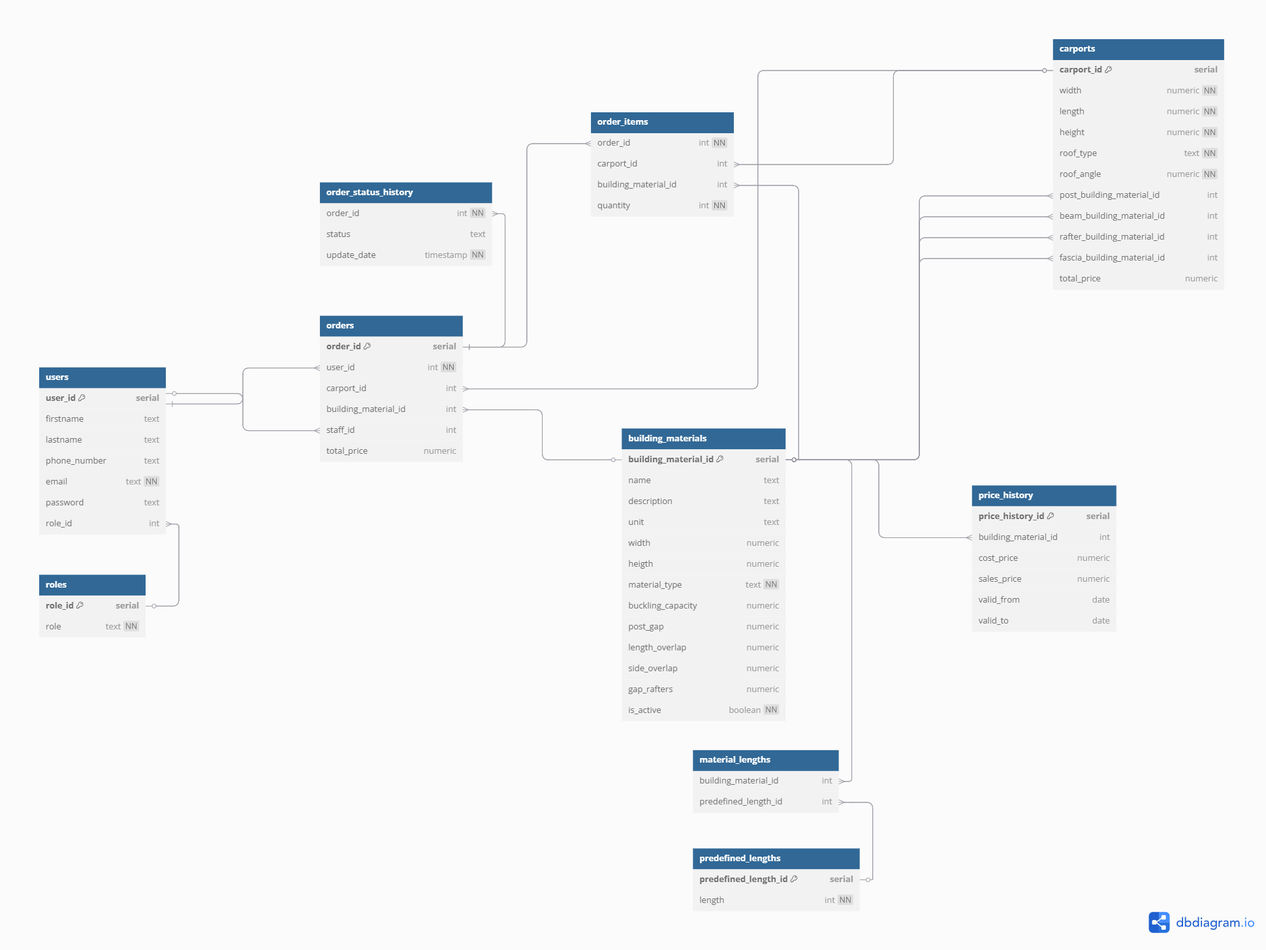
The PlantUML diagram docs/diagrams/ERD Carport.png in Styrse/Carport, before a commit. Its source is kept beside it as docs/diagrams/ERD Carport.puml.
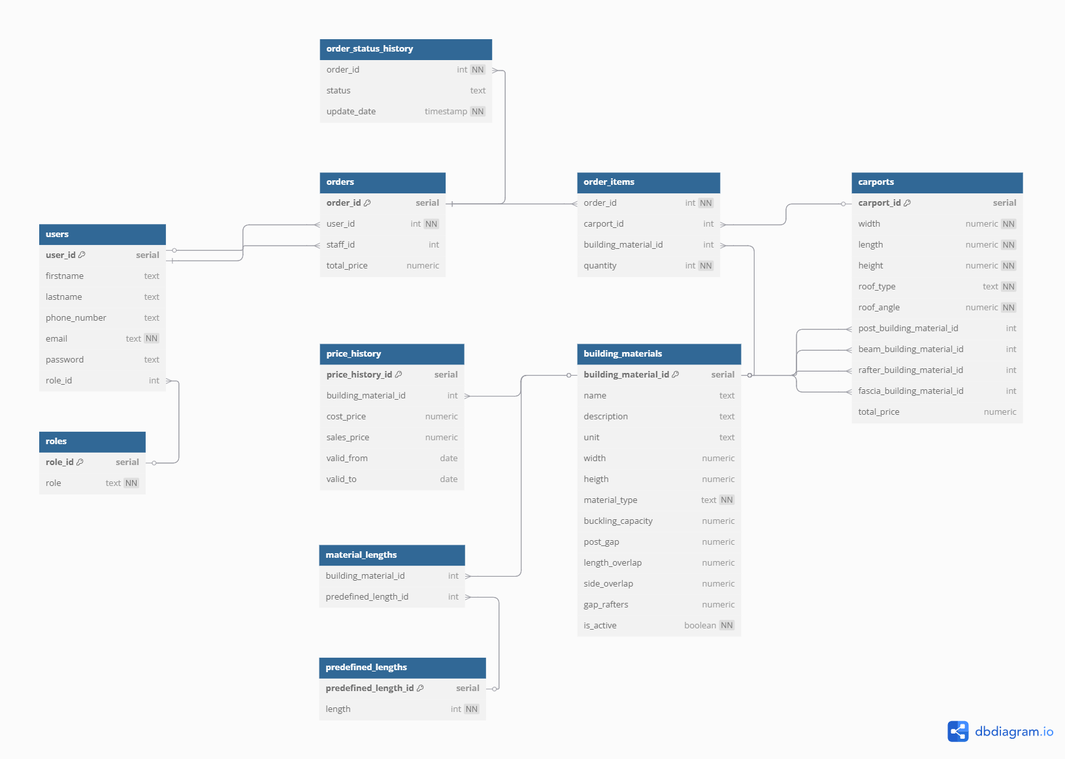
After the commit.

The edit, as a diff of the source:
```diff
@@ -1,108 +1,112 @@
 @startuml
+!theme plain
 
 entity users {
-  *user_id : serial (PK)
-  --
-  firstname
-  lastname
-  phone_number
-  email : unique, not null
-  password
-  role_id : FK
+  +user_id : serial
+  firstname : text
+  lastname : text
+  phone_number : text
+  email : text <<unique, not null>>
+  password : text
+  role_id : int
 }
 
 entity roles {
-  *role_id : serial (PK)
-  --
-  role : unique, not null
+  +role_id : serial
+  role : text <<unique, not null>>
 }
 
 entity orders {
-  *order_id : serial (PK)
-  --
-  user_id : FK, not null
-  carport_id : FK
-  building_material_id : FK
-  staff_id : FK
+  +order_id : serial
+  user_id : int <<not null>>
+  staff_id : int
   total_price : numeric
 }
 
 entity order_status_history {
-  *order_id : FK
-  *update_date : timestamp
-  --
+  *order_id : int
   status : text
+  update_date : timestamp <<not null, default: now()>>
+  -- PK: (order_id, update_date)
 }
 
 entity order_items {
-  *order_id : FK
-  --
-  carport_id : FK
-  building_material_id : FK
-  quantity : int, not null
+  +order_item_id : serial
+  order_id : int <<not null>>
+  item_type : varchar(20) <<CHECK ('carport', 'material')>>
+  quantity : int <<not null>>
+}
+
+entity order_item_carport {
+  *order_item_id : int
+  carport_id : int <<not null>>
+}
+
+entity order_item_material {
+  *order_item_id : int
+  building_material_id : int <<not null>>
 }
 
 entity carports {
-  *carport_id : serial (PK)
-  --
-  width : numeric, not null
-  length : numeric, not null
-  height : numeric, not null
-  roof_type : text, not null
-  roof_angle : numeric, not null
-  post_building_material_id : FK
-  beam_building_material_id : FK
-  rafter_building_material_id : FK
-  fascia_building_material_id : FK
+  +carport_id : serial
+  width : numeric <<not null>>
+  length : numeric <<not null>>
+  height : numeric <<not null>>
+  roof_type : text <<not null>>
+  roof_angle : numeric <<not null>>
+  post_building_material_id : int
+  beam_building_material_id : int
+  rafter_building_material_id : int
+  fascia_building_material_id : int
   total_price : numeric
 }
 
 entity building_materials {
-  *building_material_id : serial (PK)
-  --
-  name
-  description
-  width
-  material_type : text, not null
-  buckling_load : numeric
-  post_gap
-  support_gutters : boolean
-  is_active : boolean, not null
+  +building_material_id : serial
+  name : text
+  description : text
+  unit : text
+  width : numeric
+  heigth : numeric
+  material_type : text <<not null>>
+  buckling_capacity : numeric
+  post_gap : numeric
+  length_overlap : numeric
+  side_overlap : numeric
+  gap_rafters : numeric
+  is_active : boolean <<not null>>
 }
 
 entity predefined_lengths {
-  *predefined_length_id : serial (PK)
-  --
-  length : int, not null
+  +predefined_length_id : serial
+  length : int <<not null>>
+}
+
+entity material_lengths {
+  *building_material_id : int
+  *predefined_length_id : int
 }
 
 entity price_history {
-  *price_history_id : serial (PK)
-  --
-  carport_id : FK
-  building_material_id : FK
-  predefined_length_id : FK
+  +price_history_id : serial
+  building_material_id : int
   cost_price : numeric
   sales_price : numeric
   valid_from : date
   valid_to : date
 }
 
-users ||--o{ orders
-users ||--o{ order_status_history : handles
-users ||--o{ order_items
-users ||--o{ roles : has
-orders ||--o{ order_status_history
-orders ||--o{ order_items
-orders ||--|| users : placed_by
-orders ||--|| users : handled_by
-orders ||--o| carports
-orders ||--o| building_materials
-order_items ||--o| carports
-order_items ||--o| building_materials
-carports ||--o| building_materials : uses
-price_history ||--o| building_materials
-price_history ||--o| carports
-price_history ||--o| predefined_lengths
-
+users ||--o{ orders : user_id
+users ||--o{ orders : staff_id
+roles ||--o{ users : role_id
+orders ||--o{ order_status_history : order_id
+orders ||--o{ order_items : order_id
+order_items ||--|| order_item_carport : order_item_id
+order_items ||--|| order_item_material : order_item_id
+order_item_carport }o--|| carports : carport_id
+order_item_material }o--|| building_materials : building_material_id
+carports }o--|| building_materials : post_material etc.
+building_materials ||--o{ material_lengths : building_material_id
+predefined_lengths ||--o{ material_lengths : predefined_length_id
+building_materials ||--o{ price_history : building_material_id
 @enduml
```
